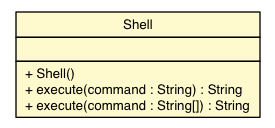
The Graphviz diagram docs/api/ev3dev/utils/Shell.png in ev3dev-lang-java/ev3dev-lang-java, before a commit. Its source is kept beside it as docs/api/ev3dev/utils/Shell.dot.
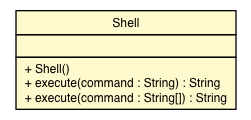
After the commit.

Diff of the diagram source:
```diff
@@ -16,5 +16,5 @@
 <tr><td align="left" balign="left"> + execute(command : String) : String </td></tr>
 <tr><td align="left" balign="left"> + execute(command : String[]) : String </td></tr>
 		</table></td></tr>
-		</table>>, URL="./Shell.html", fontname="Helvetica", fontcolor="black", fontsize=10.0];
+		</table>>, URL="./Shell.html", fontname="Helvetica", fontcolor="black", fontsize=9.0];
 }
```
